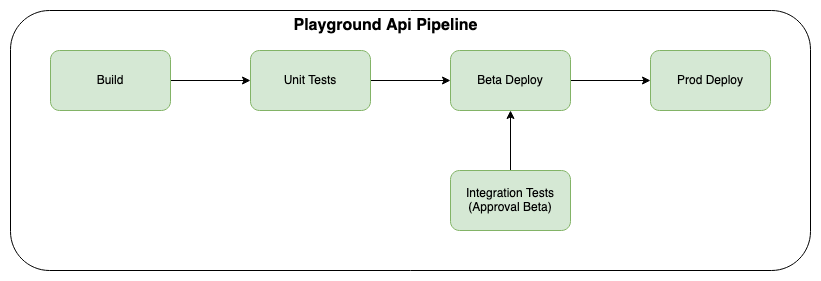
Earlier version of the draw.io export dev/architecture/playground_api-Pipeline.drawio.png (dawsonfi/playground-api). Source tidied: cells renumbered, new cells last; positions are measured from the earlier drawing's top-left corner, leaving out a move shared by most shapes. The source it was exported from:
```xml
<mxGraphModel>
  <root>
    <mxCell id="0" />
    <mxCell id="1" parent="0" />
    <mxCell id="2" style="rounded=1;whiteSpace=wrap;html=1;fillColor=none;" parent="1" vertex="1">
      <mxGeometry width="800" height="260" as="geometry" />
    </mxCell>
    <mxCell id="3" style="edgeStyle=orthogonalEdgeStyle;rounded=0;jettySize=auto;html=1;exitX=1;exitY=0.5;exitDx=0;exitDy=0;entryX=0;entryY=0.5;entryDx=0;entryDy=0;" parent="1" edge="1" source="4" target="6">
      <mxGeometry relative="1" as="geometry" />
    </mxCell>
    <mxCell id="4" value="Build" style="rounded=1;whiteSpace=wrap;html=1;fillColor=#d5e8d4;strokeColor=#82b366;" parent="1" vertex="1">
      <mxGeometry x="40" y="40" width="120" height="60" as="geometry" />
    </mxCell>
    <mxCell id="5" style="edgeStyle=orthogonalEdgeStyle;rounded=0;jettySize=auto;html=1;exitX=1;exitY=0.5;exitDx=0;exitDy=0;entryX=0;entryY=0.5;entryDx=0;entryDy=0;" parent="1" edge="1" source="6" target="8">
      <mxGeometry relative="1" as="geometry" />
    </mxCell>
    <mxCell id="6" value="Unit Tests" style="rounded=1;whiteSpace=wrap;html=1;fillColor=#d5e8d4;strokeColor=#82b366;" parent="1" vertex="1">
      <mxGeometry x="240" y="40" width="120" height="60" as="geometry" />
    </mxCell>
    <mxCell id="7" style="edgeStyle=orthogonalEdgeStyle;rounded=0;jettySize=auto;html=1;exitX=1;exitY=0.5;exitDx=0;exitDy=0;entryX=0;entryY=0.5;entryDx=0;entryDy=0;" parent="1" edge="1" source="8" target="11">
      <mxGeometry relative="1" as="geometry" />
    </mxCell>
    <mxCell id="8" value="Beta Deploy" style="rounded=1;whiteSpace=wrap;html=1;fillColor=#d5e8d4;strokeColor=#82b366;" parent="1" vertex="1">
      <mxGeometry x="440" y="40" width="120" height="60" as="geometry" />
    </mxCell>
    <mxCell id="9" style="edgeStyle=orthogonalEdgeStyle;rounded=0;jettySize=auto;html=1;exitX=0.5;exitY=0;exitDx=0;exitDy=0;entryX=0.5;entryY=1;entryDx=0;entryDy=0;" parent="1" edge="1" source="10" target="8">
      <mxGeometry relative="1" as="geometry" />
    </mxCell>
    <mxCell id="10" value="Integration Tests (Approval Beta)" style="rounded=1;whiteSpace=wrap;html=1;fillColor=#d5e8d4;strokeColor=#82b366;" parent="1" vertex="1">
      <mxGeometry x="440" y="160" width="120" height="60" as="geometry" />
    </mxCell>
    <mxCell id="11" value="Prod Deploy" style="rounded=1;whiteSpace=wrap;html=1;fillColor=#d5e8d4;strokeColor=#82b366;" parent="1" vertex="1">
      <mxGeometry x="640" y="40" width="120" height="60" as="geometry" />
    </mxCell>
    <mxCell id="12" value="Playground Api Pipeline" style="text;html=1;align=center;verticalAlign=middle;strokeColor=none;fillColor=none;fontStyle=1;fontSize=16;" parent="1" vertex="1">
      <mxGeometry x="270" width="210" height="30" as="geometry" />
    </mxCell>
  </root>
</mxGraphModel>
```
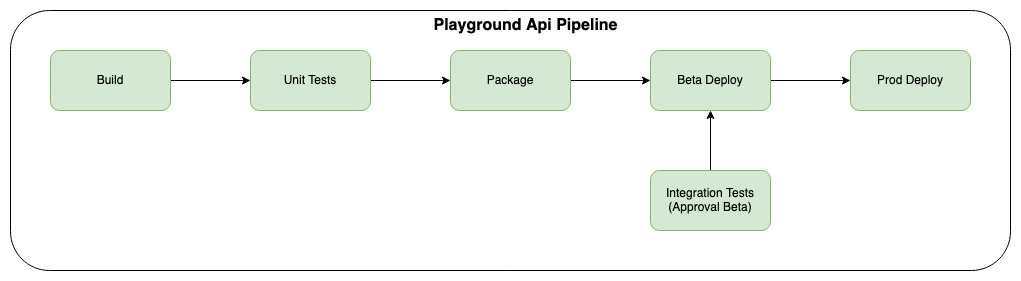
Later version of the same file.

Commit message:
Add beta/prod deploy to pipeline

The edit, as a diff of the source:
```diff
@@ -3,7 +3,7 @@
     <mxCell id="0" />
     <mxCell id="1" parent="0" />
     <mxCell id="2" style="rounded=1;whiteSpace=wrap;html=1;fillColor=none;" parent="1" vertex="1">
-      <mxGeometry width="800" height="260" as="geometry" />
+      <mxGeometry width="1000" height="260" as="geometry" />
     </mxCell>
     <mxCell id="3" style="edgeStyle=orthogonalEdgeStyle;rounded=0;jettySize=auto;html=1;exitX=1;exitY=0.5;exitDx=0;exitDy=0;entryX=0;entryY=0.5;entryDx=0;entryDy=0;" parent="1" edge="1" source="4" target="6">
       <mxGeometry relative="1" as="geometry" />
@@ -11,9 +11,9 @@
     <mxCell id="4" value="Build" style="rounded=1;whiteSpace=wrap;html=1;fillColor=#d5e8d4;strokeColor=#82b366;" parent="1" vertex="1">
       <mxGeometry x="40" y="40" width="120" height="60" as="geometry" />
     </mxCell>
-    <mxCell id="5" style="edgeStyle=orthogonalEdgeStyle;rounded=0;jettySize=auto;html=1;exitX=1;exitY=0.5;exitDx=0;exitDy=0;entryX=0;entryY=0.5;entryDx=0;entryDy=0;" parent="1" edge="1" source="6" target="8">
-      <mxGeometry relative="1" as="geometry" />
-    </mxCell>
+    <mxCell id="13" style="edgeStyle=orthogonalEdgeStyle;rounded=0;jettySize=auto;html=1;exitX=1;exitY=0.5;exitDx=0;exitDy=0;entryX=0;entryY=0.5;entryDx=0;entryDy=0;" parent="1" edge="1" source="6" target="15">
+      <mxGeometry relative="1" as="geometry" />
+    </mxCell>
     <mxCell id="6" value="Unit Tests" style="rounded=1;whiteSpace=wrap;html=1;fillColor=#d5e8d4;strokeColor=#82b366;" parent="1" vertex="1">
       <mxGeometry x="240" y="40" width="120" height="60" as="geometry" />
     </mxCell>
@@ -21,19 +21,25 @@
       <mxGeometry relative="1" as="geometry" />
     </mxCell>
     <mxCell id="8" value="Beta Deploy" style="rounded=1;whiteSpace=wrap;html=1;fillColor=#d5e8d4;strokeColor=#82b366;" parent="1" vertex="1">
-      <mxGeometry x="440" y="40" width="120" height="60" as="geometry" />
+      <mxGeometry x="640" y="40" width="120" height="60" as="geometry" />
     </mxCell>
     <mxCell id="9" style="edgeStyle=orthogonalEdgeStyle;rounded=0;jettySize=auto;html=1;exitX=0.5;exitY=0;exitDx=0;exitDy=0;entryX=0.5;entryY=1;entryDx=0;entryDy=0;" parent="1" edge="1" source="10" target="8">
       <mxGeometry relative="1" as="geometry" />
     </mxCell>
     <mxCell id="10" value="Integration Tests (Approval Beta)" style="rounded=1;whiteSpace=wrap;html=1;fillColor=#d5e8d4;strokeColor=#82b366;" parent="1" vertex="1">
-      <mxGeometry x="440" y="160" width="120" height="60" as="geometry" />
+      <mxGeometry x="640" y="160" width="120" height="60" as="geometry" />
     </mxCell>
     <mxCell id="11" value="Prod Deploy" style="rounded=1;whiteSpace=wrap;html=1;fillColor=#d5e8d4;strokeColor=#82b366;" parent="1" vertex="1">
-      <mxGeometry x="640" y="40" width="120" height="60" as="geometry" />
+      <mxGeometry x="840" y="40" width="120" height="60" as="geometry" />
     </mxCell>
     <mxCell id="12" value="Playground Api Pipeline" style="text;html=1;align=center;verticalAlign=middle;strokeColor=none;fillColor=none;fontStyle=1;fontSize=16;" parent="1" vertex="1">
-      <mxGeometry x="270" width="210" height="30" as="geometry" />
+      <mxGeometry x="410" width="210" height="30" as="geometry" />
     </mxCell>
+    <mxCell id="14" style="edgeStyle=orthogonalEdgeStyle;rounded=0;jettySize=auto;html=1;exitX=1;exitY=0.5;exitDx=0;exitDy=0;entryX=0;entryY=0.5;entryDx=0;entryDy=0;" parent="1" edge="1" source="15" target="8">
+      <mxGeometry relative="1" as="geometry" />
+    </mxCell>
+    <mxCell id="15" value="Package" style="rounded=1;whiteSpace=wrap;html=1;fillColor=#d5e8d4;strokeColor=#82b366;" parent="1" vertex="1">
+      <mxGeometry x="440" y="40" width="120" height="60" as="geometry" />
+    </mxCell>
   </root>
 </mxGraphModel>
```
